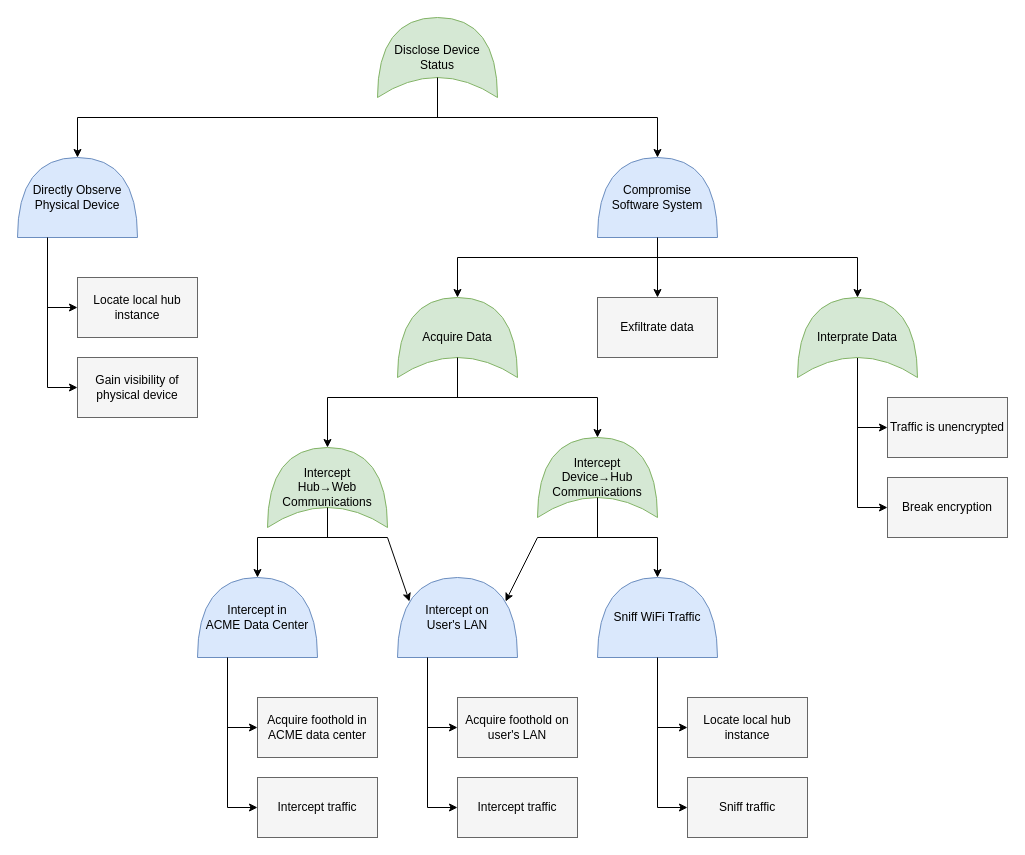
This is diagrams/attack-tree.drawio from kkredit/smart-home-threat-model, a draw.io file, before an edit. Source tidied: cells renumbered, new cells numbered last; positions are measured from the earlier drawing's top-left corner, leaving out a move shared by most shapes. Both pictures are drawn from the tidied source at 100%, with x=0, y=0 at pixel (17, 17).
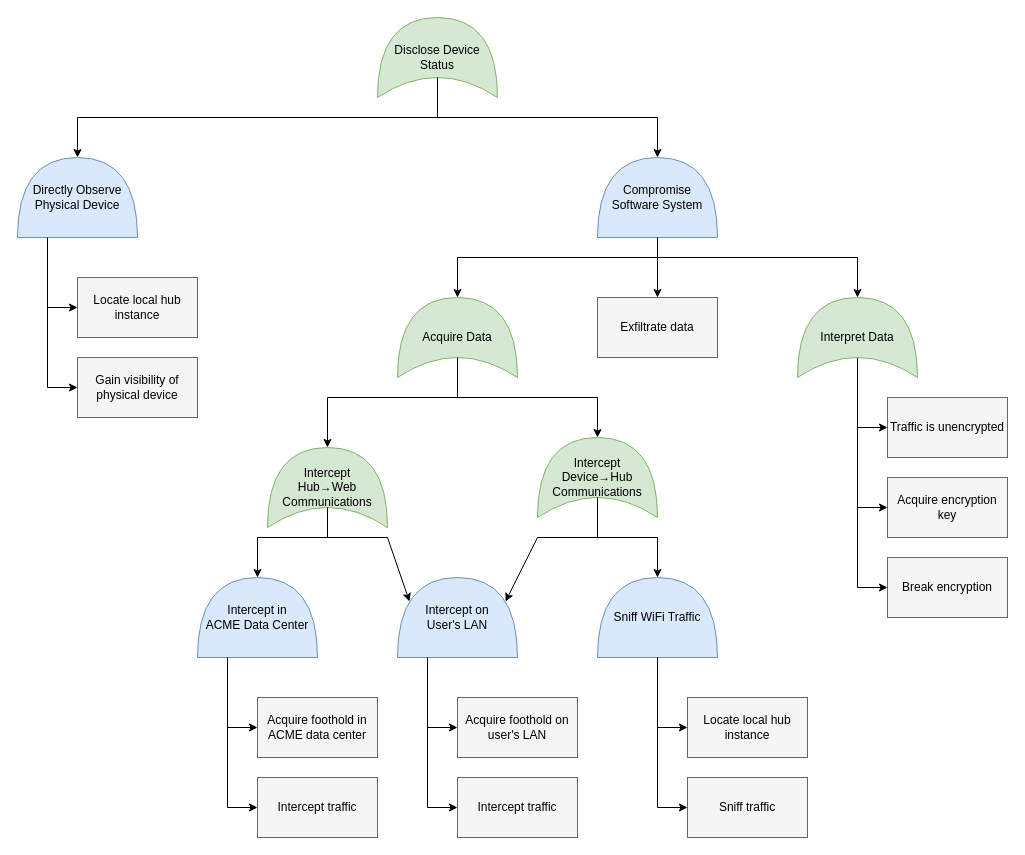
After the change.

Commit message (it also covers changes not shown here):
Fix typo in attack tree; update diagrams from Makefile

Change to the diagram source:
```diff
@@
-    <mxCell id="36" value="Break encryption" style="rounded=0;whiteSpace=wrap;html=1;fillColor=#f5f5f5;strokeColor=#666666;" parent="1" vertex="1">
+    <mxCell id="36" value="Acquire encryption key" style="rounded=0;whiteSpace=wrap;html=1;fillColor=#f5f5f5;strokeColor=#666666;" parent="1" vertex="1">
       <mxGeometry x="870" y="460" width="120" height="60" as="geometry" />
     </mxCell>
     <mxCell id="37" style="endArrow=none;html=1;entryX=0.25;entryY=0.5;entryDx=0;entryDy=0;entryPerimeter=0;" parent="1" edge="1" target="43">
       <mxGeometry relative="1" as="geometry">
-        <mxPoint x="840" y="490" as="sourcePoint" />
+        <mxPoint x="840" y="570" as="sourcePoint" />
       </mxGeometry>
     </mxCell>
@@
-    <mxCell id="43" value="Interprate Data" style="shape=xor;whiteSpace=wrap;html=1;fillColor=#d5e8d4;strokeColor=#82b366;direction=north;" parent="1" vertex="1">
+    <mxCell id="43" value="Interpret Data" style="shape=xor;whiteSpace=wrap;html=1;fillColor=#d5e8d4;strokeColor=#82b366;direction=north;" parent="1" vertex="1">
       <mxGeometry x="780" y="280" width="120" height="80" as="geometry" />
     </mxCell>
@@
+    <mxCell id="59" value="Break encryption" style="rounded=0;whiteSpace=wrap;html=1;fillColor=#f5f5f5;strokeColor=#666666;" parent="1" vertex="1">
+      <mxGeometry x="870" y="540" width="120" height="60" as="geometry" />
+    </mxCell>
+    <mxCell id="60" style="endArrow=classic;html=1;fontColor=#FF3333;entryX=0;entryY=0.5;entryDx=0;entryDy=0;" parent="1" edge="1" target="59">
+      <mxGeometry relative="1" as="geometry">
+        <mxPoint x="840" y="570" as="sourcePoint" />
+      </mxGeometry>
+    </mxCell>
```
